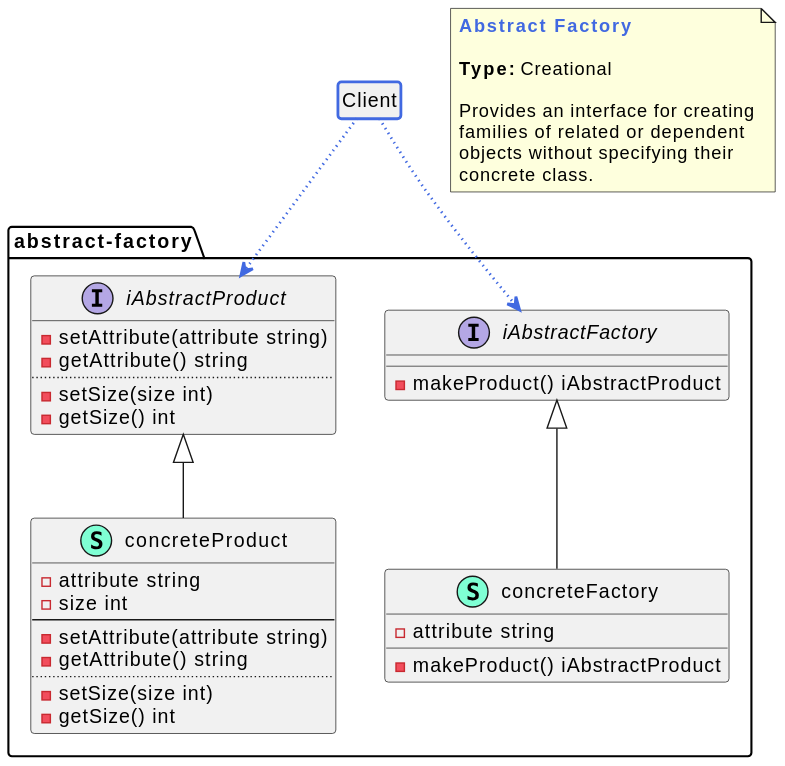
Above: abstract-factory.svg in cloudemprise/go-dsgn-pttrn-abstract-factory (PlantUML), before the change. Source of this version:
```plantuml
@startuml abstract-factory

class Client #line.bold:royalBlue
hide Client members
hide Client circle

namespace abstract-factory {
    class concreteFactory << (S,Aquamarine) >> {
        - attribute string

        - makeProduct() iAbstractProduct

    }
    class concreteProduct << (S,Aquamarine) >> {
        - attribute string
        - size int
        --
        - setAttribute(attribute string)
        - getAttribute() string
        ..
        - setSize(size int)
        - getSize() int
    }
    interface iAbstractFactory  {
        - makeProduct() iAbstractProduct

    }
    interface iAbstractProduct  {
        - setAttribute(attribute string)
        - getAttribute() string
        ..
        - setSize(size int)
        - getSize() int
    }
}

"Client" -[dotted,thickness=2,#royalBlue]-> "abstract-factory.iAbstractFactory"
"Client" -[dotted,thickness=2,#royalBlue]-> "abstract-factory.iAbstractProduct"

"abstract-factory.iAbstractFactory" <|-- "abstract-factory.concreteFactory"
"abstract-factory.iAbstractProduct" <|-- "abstract-factory.concreteProduct"

note as N1
    <b><color:royalBlue>Abstract Factory</color></b>

    <b>Type:</b> Creational

    Provides an interface for creating
    families of related or dependent
    objects without specifying their
    concrete class.
end note

@enduml
```
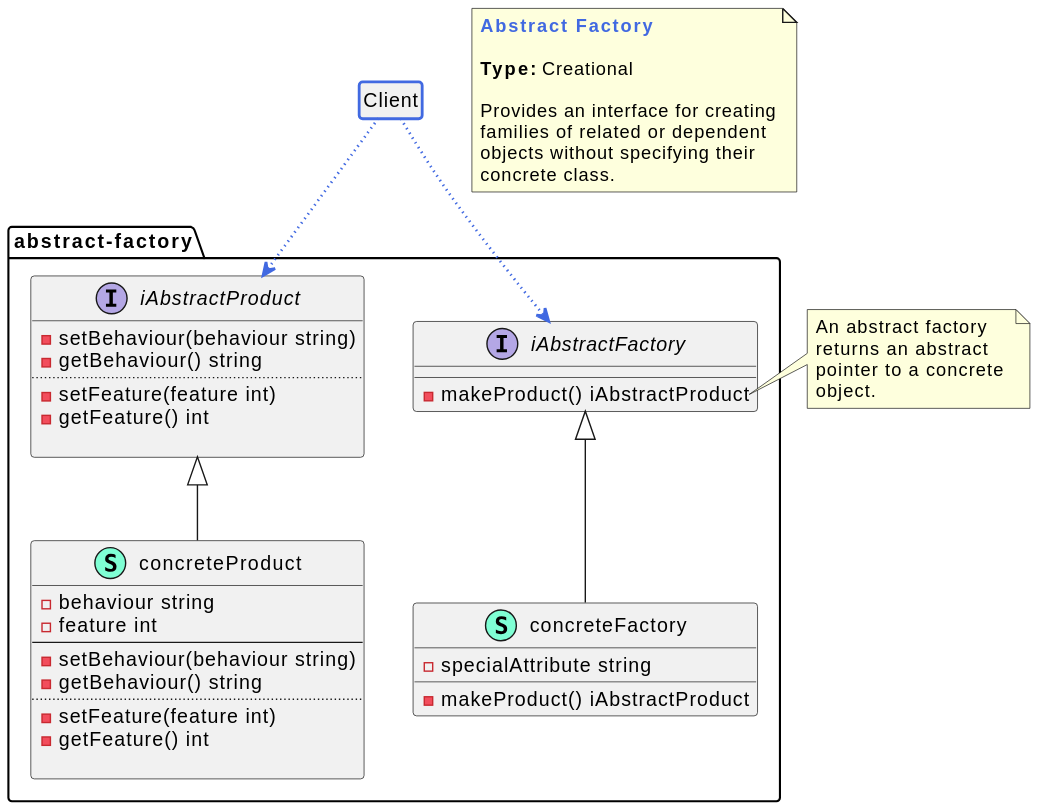
The same file after the commit.

Commit message:
Added note to UML diagram.

The edit, as a diff of the source:
```diff
@@ -5,32 +5,33 @@
 hide Client circle
 
 namespace abstract-factory {
-    class concreteFactory << (S,Aquamarine) >> {
-        - attribute string
+    interface iAbstractProduct  {
+        - setBehaviour(behaviour string)
+        - getBehaviour() string
+        ..
+        - setFeature(feature int)
+        - getFeature() int
 
-        - makeProduct() iAbstractProduct
-
-    }
-    class concreteProduct << (S,Aquamarine) >> {
-        - attribute string
-        - size int
-        --
-        - setAttribute(attribute string)
-        - getAttribute() string
-        ..
-        - setSize(size int)
-        - getSize() int
     }
     interface iAbstractFactory  {
         - makeProduct() iAbstractProduct
 
     }
-    interface iAbstractProduct  {
-        - setAttribute(attribute string)
-        - getAttribute() string
+    class concreteProduct << (S,Aquamarine) >> {
+        - behaviour string
+        - feature int
+        --
+        - setBehaviour(behaviour string)
+        - getBehaviour() string
         ..
-        - setSize(size int)
-        - getSize() int
+        - setFeature(feature int)
+        - getFeature() int
+
+    }
+    class concreteFactory << (S,Aquamarine) >> {
+        - specialAttribute string
+
+        - makeProduct() iAbstractProduct
     }
 }
 
@@ -51,4 +52,11 @@
     concrete class.
 end note
 
+note right of abstract-factory.iAbstractFactory::iAbstractProduct
+    An abstract factory
+    returns an abstract
+    pointer to a concrete
+    object.
+end note
+
 @enduml
```
